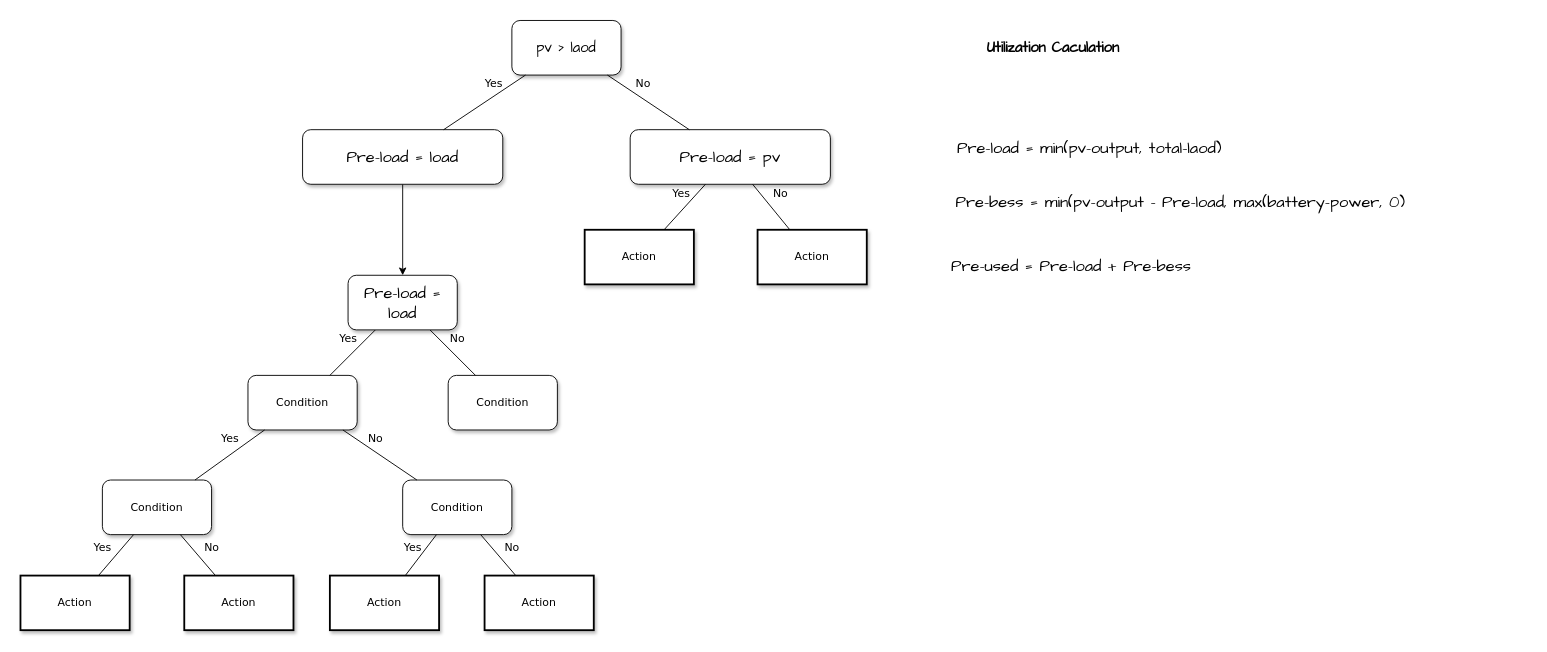
Pengyu-Jin/draw.io-projects-file keeps this draw.io diagram as page "Page-2" (2 of 2) of sac.drawio. Above is the earlier version. Source tidied: cells renumbered, new cells numbered last; positions are measured from the earlier drawing's top-left corner, leaving out a move shared by most shapes. Both pictures are drawn from the tidied source at 91%, with x=0, y=0 at pixel (20, 15).
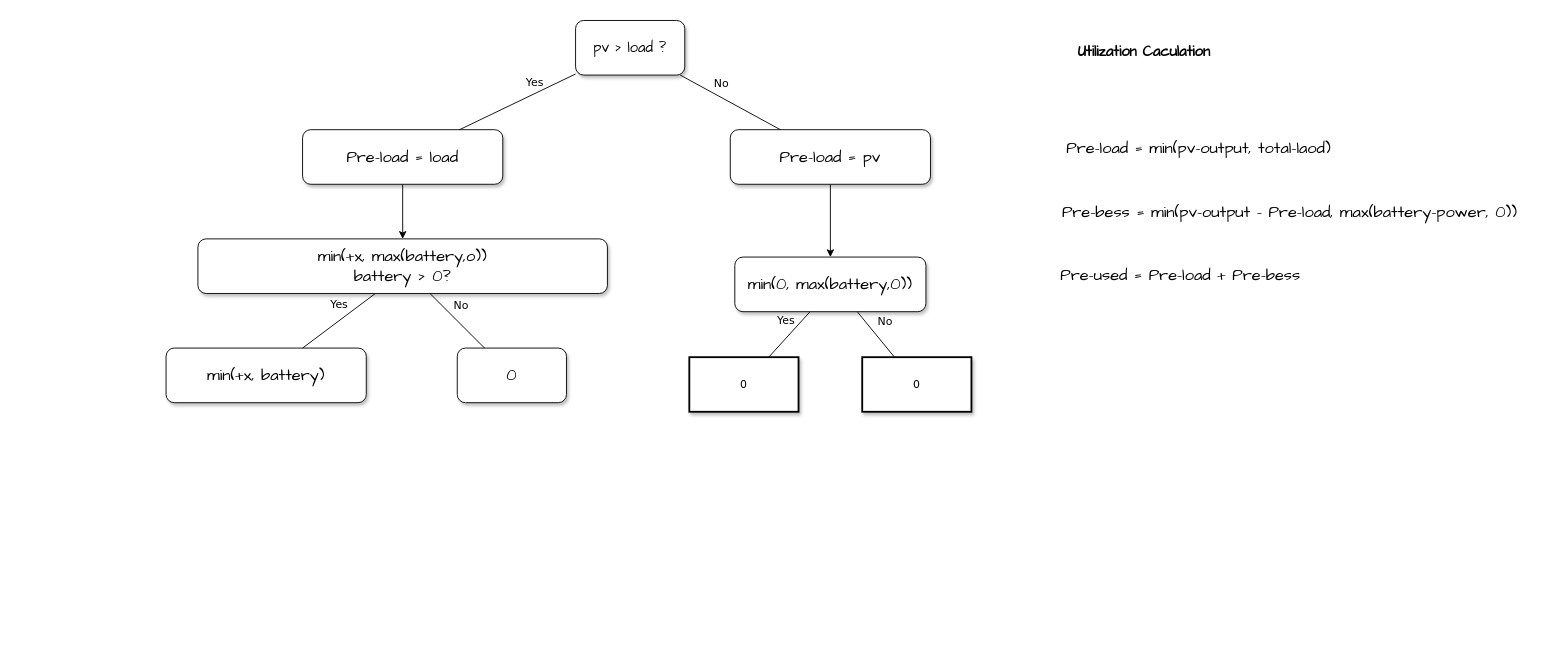
The same diagram, later.

Diff of the diagram source:
```diff
@@
-    <mxCell id="2" value="&lt;span style=&quot;font-family: &amp;quot;Comic Sans MS&amp;quot;;&quot;&gt;&lt;font style=&quot;font-size: 16px;&quot;&gt;pv &amp;gt; laod&lt;/font&gt;&lt;/span&gt;" style="whiteSpace=wrap;html=1;rounded=1;shadow=1;labelBackgroundColor=none;strokeWidth=1;fontFamily=Verdana;fontSize=12;align=center;" parent="1" vertex="1">
-      <mxGeometry x="540" y="5" width="120" height="60" as="geometry" />
+    <mxCell id="2" value="&lt;span style=&quot;font-family: &amp;quot;Comic Sans MS&amp;quot;;&quot;&gt;&lt;font style=&quot;font-size: 16px;&quot;&gt;pv &amp;gt; load ?&lt;/font&gt;&lt;/span&gt;" style="whiteSpace=wrap;html=1;rounded=1;shadow=1;labelBackgroundColor=none;strokeWidth=1;fontFamily=Verdana;fontSize=12;align=center;" parent="1" vertex="1">
+      <mxGeometry x="610" y="5" width="120" height="60" as="geometry" />
     </mxCell>
@@
+    <mxCell id="33" style="edgeStyle=orthogonalEdgeStyle;rounded=0;jettySize=auto;html=1;exitX=0.5;exitY=1;exitDx=0;exitDy=0;entryX=0.5;entryY=0;entryDx=0;entryDy=0;" parent="1" edge="1" source="5" target="34">
+      <mxGeometry relative="1" as="geometry" />
+    </mxCell>
     <mxCell id="5" value="&lt;span style=&quot;font-family: &amp;quot;Comic Sans MS&amp;quot;; font-size: 18px;&quot;&gt;Pre-load = pv&lt;/span&gt;" style="whiteSpace=wrap;html=1;rounded=1;shadow=1;labelBackgroundColor=none;strokeWidth=1;fontFamily=Verdana;fontSize=12;align=center;" parent="1" vertex="1">
-      <mxGeometry x="670" y="125" width="220" height="60" as="geometry" />
+      <mxGeometry x="780" y="125" width="220" height="60" as="geometry" />
     </mxCell>
@@
-    <mxCell id="8" value="&lt;span&gt;Condition&lt;/span&gt;" style="whiteSpace=wrap;html=1;rounded=1;shadow=1;labelBackgroundColor=none;strokeWidth=1;fontFamily=Verdana;fontSize=12;align=center;" parent="1" vertex="1">
-      <mxGeometry x="250" y="395" width="120" height="60" as="geometry" />
+    <mxCell id="8" value="&lt;span style=&quot;font-family: &amp;quot;Comic Sans MS&amp;quot;; font-size: 18px;&quot;&gt;min(+x, battery)&lt;/span&gt;" style="whiteSpace=wrap;html=1;rounded=1;shadow=1;labelBackgroundColor=none;strokeWidth=1;fontFamily=Verdana;fontSize=12;align=center;" parent="1" vertex="1">
+      <mxGeometry x="160" y="365" width="220" height="60" as="geometry" />
     </mxCell>
-    <mxCell id="9" value="&lt;span&gt;Condition&lt;/span&gt;" style="whiteSpace=wrap;html=1;rounded=1;shadow=1;labelBackgroundColor=none;strokeWidth=1;fontFamily=Verdana;fontSize=12;align=center;" parent="1" vertex="1">
-      <mxGeometry x="470" y="395" width="120" height="60" as="geometry" />
+    <mxCell id="9" value="&lt;span style=&quot;font-family: &amp;quot;Comic Sans MS&amp;quot;; font-size: 18px;&quot;&gt;0&lt;/span&gt;" style="whiteSpace=wrap;html=1;rounded=1;shadow=1;labelBackgroundColor=none;strokeWidth=1;fontFamily=Verdana;fontSize=12;align=center;" parent="1" vertex="1">
+      <mxGeometry x="480" y="365" width="120" height="60" as="geometry" />
     </mxCell>
-    <mxCell id="10" value="&lt;span&gt;Action&lt;/span&gt;" style="whiteSpace=wrap;html=1;rounded=0;shadow=1;labelBackgroundColor=none;strokeWidth=2;fontFamily=Verdana;fontSize=12;align=center;" parent="1" vertex="1">
-      <mxGeometry x="620" y="235" width="120" height="60" as="geometry" />
+    <mxCell id="10" value="&lt;span&gt;0&lt;/span&gt;" style="whiteSpace=wrap;html=1;rounded=0;shadow=1;labelBackgroundColor=none;strokeWidth=2;fontFamily=Verdana;fontSize=12;align=center;" parent="1" vertex="1">
+      <mxGeometry x="735" y="375" width="120" height="60" as="geometry" />
     </mxCell>
-    <mxCell id="11" value="&lt;span&gt;Action&lt;/span&gt;" style="whiteSpace=wrap;html=1;rounded=0;shadow=1;labelBackgroundColor=none;strokeWidth=2;fontFamily=Verdana;fontSize=12;align=center;" parent="1" vertex="1">
-      <mxGeometry x="810" y="235" width="120" height="60" as="geometry" />
+    <mxCell id="11" value="&lt;span&gt;0&lt;/span&gt;" style="whiteSpace=wrap;html=1;rounded=0;shadow=1;labelBackgroundColor=none;strokeWidth=2;fontFamily=Verdana;fontSize=12;align=center;" parent="1" vertex="1">
+      <mxGeometry x="925" y="375" width="120" height="60" as="geometry" />
     </mxCell>
-    <mxCell id="12" value="&lt;span&gt;Condition&lt;/span&gt;" style="whiteSpace=wrap;html=1;rounded=1;shadow=1;labelBackgroundColor=none;strokeWidth=1;fontFamily=Verdana;fontSize=12;align=center;" parent="1" vertex="1">
-      <mxGeometry x="90" y="510" width="120" height="60" as="geometry" />
-    </mxCell>
-    <mxCell id="13" value="&lt;span&gt;Condition&lt;/span&gt;" style="whiteSpace=wrap;html=1;rounded=1;shadow=1;labelBackgroundColor=none;strokeWidth=1;fontFamily=Verdana;fontSize=12;align=center;" parent="1" vertex="1">
-      <mxGeometry x="420" y="510" width="120" height="60" as="geometry" />
-    </mxCell>
     <mxCell id="14" value="Yes" style="rounded=0;html=1;labelBackgroundColor=none;startArrow=none;startFill=0;startSize=5;endArrow=none;endFill=0;endSize=5;jettySize=auto;strokeWidth=1;fontFamily=Verdana;fontSize=12;" parent="1" edge="1" target="8">
       <mxGeometry x="-0.2" y="-14" relative="1" as="geometry">
-        <mxPoint x="390" y="345" as="sourcePoint" />
+        <mxPoint x="390" y="305" as="sourcePoint" />
       </mxGeometry>
     </mxCell>
     <mxCell id="15" value="No" style="rounded=0;html=1;labelBackgroundColor=none;startArrow=none;startFill=0;startSize=5;endArrow=none;endFill=0;endSize=5;jettySize=auto;strokeWidth=1;fontFamily=Verdana;fontSize=12;" parent="1" edge="1" target="9">
       <mxGeometry x="-0.2" y="14" relative="1" as="geometry">
-        <mxPoint x="450" y="345" as="sourcePoint" />
+        <mxPoint x="450" y="305" as="sourcePoint" />
       </mxGeometry>
     </mxCell>
-    <mxCell id="16" value="Yes" style="rounded=0;html=1;labelBackgroundColor=none;startArrow=none;startFill=0;startSize=5;endArrow=none;endFill=0;endSize=5;jettySize=auto;strokeWidth=1;fontFamily=Verdana;fontSize=12;" parent="1" edge="1" source="5" target="10">
-      <mxGeometry x="-0.26" y="-13" relative="1" as="geometry" />
+    <mxCell id="16" value="Yes" style="rounded=0;html=1;labelBackgroundColor=none;startArrow=none;startFill=0;startSize=5;endArrow=none;endFill=0;endSize=5;jettySize=auto;strokeWidth=1;fontFamily=Verdana;fontSize=12;" parent="1" edge="1" target="10">
+      <mxGeometry x="-0.26" y="-13" relative="1" as="geometry">
+        <mxPoint x="867.7" y="325" as="sourcePoint" />
+      </mxGeometry>
     </mxCell>
-    <mxCell id="17" value="No" style="rounded=0;html=1;labelBackgroundColor=none;startArrow=none;startFill=0;startSize=5;endArrow=none;endFill=0;endSize=5;jettySize=auto;strokeWidth=1;fontFamily=Verdana;fontSize=12;" parent="1" edge="1" source="5" target="11">
-      <mxGeometry x="-0.13" y="17" relative="1" as="geometry" />
+    <mxCell id="17" value="No" style="rounded=0;html=1;labelBackgroundColor=none;startArrow=none;startFill=0;startSize=5;endArrow=none;endFill=0;endSize=5;jettySize=auto;strokeWidth=1;fontFamily=Verdana;fontSize=12;" parent="1" edge="1" target="11">
+      <mxGeometry x="-0.13" y="17" relative="1" as="geometry">
+        <mxPoint x="919.5" y="325" as="sourcePoint" />
+      </mxGeometry>
     </mxCell>
-    <mxCell id="18" value="Yes" style="rounded=0;html=1;labelBackgroundColor=none;startArrow=none;startFill=0;startSize=5;endArrow=none;endFill=0;endSize=5;jettySize=auto;strokeWidth=1;fontFamily=Verdana;fontSize=12;" parent="1" edge="1" source="8" target="12">
-      <mxGeometry x="-0.22" y="-14" relative="1" as="geometry" />
-    </mxCell>
-    <mxCell id="19" value="No" style="rounded=0;html=1;labelBackgroundColor=none;startArrow=none;startFill=0;startSize=5;endArrow=none;endFill=0;endSize=5;jettySize=auto;strokeWidth=1;fontFamily=Verdana;fontSize=12;" parent="1" edge="1" source="8" target="13">
-      <mxGeometry x="-0.28" y="12" relative="1" as="geometry" />
-    </mxCell>
-    <mxCell id="20" value="Action" style="whiteSpace=wrap;html=1;rounded=0;shadow=1;labelBackgroundColor=none;strokeWidth=2;fontFamily=Verdana;fontSize=12;align=center;" parent="1" vertex="1">
-      <mxGeometry y="615" width="120" height="60" as="geometry" />
-    </mxCell>
-    <mxCell id="21" value="&lt;span&gt;Action&lt;/span&gt;" style="whiteSpace=wrap;html=1;rounded=0;shadow=1;labelBackgroundColor=none;strokeWidth=2;fontFamily=Verdana;fontSize=12;align=center;" parent="1" vertex="1">
-      <mxGeometry x="180" y="615" width="120" height="60" as="geometry" />
-    </mxCell>
-    <mxCell id="22" value="&lt;span&gt;Action&lt;/span&gt;" style="whiteSpace=wrap;html=1;rounded=0;shadow=1;labelBackgroundColor=none;strokeWidth=2;fontFamily=Verdana;fontSize=12;align=center;" parent="1" vertex="1">
-      <mxGeometry x="340" y="615" width="120" height="60" as="geometry" />
-    </mxCell>
-    <mxCell id="23" value="&lt;span&gt;Action&lt;/span&gt;" style="whiteSpace=wrap;html=1;rounded=0;shadow=1;labelBackgroundColor=none;strokeWidth=2;fontFamily=Verdana;fontSize=12;align=center;" parent="1" vertex="1">
-      <mxGeometry x="510" y="615" width="120" height="60" as="geometry" />
-    </mxCell>
-    <mxCell id="24" value="Yes" style="rounded=0;html=1;labelBackgroundColor=none;startArrow=none;startFill=0;startSize=5;endArrow=none;endFill=0;endSize=5;jettySize=auto;strokeWidth=1;fontFamily=Verdana;fontSize=12;" parent="1" edge="1" source="12" target="20">
-      <mxGeometry x="0.14" y="-16" relative="1" as="geometry" />
-    </mxCell>
-    <mxCell id="25" value="No" style="rounded=0;html=1;labelBackgroundColor=none;startArrow=none;startFill=0;startSize=5;endArrow=none;endFill=0;endSize=5;jettySize=auto;strokeWidth=1;fontFamily=Verdana;fontSize=12;" parent="1" edge="1" source="12" target="21">
-      <mxGeometry x="0.14" y="16" relative="1" as="geometry" />
-    </mxCell>
-    <mxCell id="26" value="Yes" style="rounded=0;html=1;labelBackgroundColor=none;startArrow=none;startFill=0;startSize=5;endArrow=none;endFill=0;endSize=5;jettySize=auto;strokeWidth=1;fontFamily=Verdana;fontSize=12;" parent="1" edge="1" source="13" target="22">
-      <mxGeometry y="-12" relative="1" as="geometry" />
-    </mxCell>
-    <mxCell id="27" value="No" style="rounded=0;html=1;labelBackgroundColor=none;startArrow=none;startFill=0;startSize=5;endArrow=none;endFill=0;endSize=5;jettySize=auto;strokeWidth=1;fontFamily=Verdana;fontSize=12;" parent="1" edge="1" source="13" target="23">
-      <mxGeometry x="0.14" y="16" relative="1" as="geometry" />
-    </mxCell>
     <mxCell id="28" value="&lt;font style=&quot;font-size: 16px;&quot; face=&quot;Comic Sans MS&quot;&gt;&lt;b style=&quot;font-style: normal;&quot;&gt;Utilization Caculation&lt;/b&gt;&lt;/font&gt;" style="text;html=1;strokeColor=none;fillColor=none;align=center;verticalAlign=middle;whiteSpace=wrap;rounded=0;fontFamily=Times New Roman;fontStyle=2;fontSize=17;sketch=1;curveFitting=1;jiggle=2;direction=east;rotation=0;" parent="1" vertex="1">
-      <mxGeometry x="1040" width="190" height="70" as="geometry" />
+      <mxGeometry x="1140" y="5" width="190" height="70" as="geometry" />
     </mxCell>
     <mxCell id="29" value="&lt;font style=&quot;font-size: 18px;&quot; face=&quot;Comic Sans MS&quot;&gt;&lt;span style=&quot;font-style: normal;&quot;&gt;Pre-load = min(pv-output, total-laod)&lt;/span&gt;&lt;/font&gt;" style="text;html=1;strokeColor=none;fillColor=none;align=center;verticalAlign=middle;whiteSpace=wrap;rounded=0;fontFamily=Times New Roman;fontStyle=2;fontSize=17;sketch=1;curveFitting=1;jiggle=2;direction=east;rotation=0;" parent="1" vertex="1">
-      <mxGeometry x="960" y="115" width="430" height="60" as="geometry" />
+      <mxGeometry x="1080" y="115" width="430" height="60" as="geometry" />
     </mxCell>
-    <mxCell id="30" value="&lt;font style=&quot;font-size: 18px;&quot; face=&quot;Comic Sans MS&quot;&gt;&lt;span style=&quot;font-style: normal;&quot;&gt;Pre-bess = min(pv-output - Pre-load, max(battery-power, 0)&lt;/span&gt;&lt;/font&gt;" style="text;html=1;strokeColor=none;fillColor=none;align=center;verticalAlign=middle;whiteSpace=wrap;rounded=0;fontFamily=Times New Roman;fontStyle=2;fontSize=17;sketch=1;curveFitting=1;jiggle=2;direction=east;rotation=0;" parent="1" vertex="1">
-      <mxGeometry x="1010" y="175" width="530" height="60" as="geometry" />
+    <mxCell id="30" value="&lt;font style=&quot;font-size: 18px;&quot; face=&quot;Comic Sans MS&quot;&gt;&lt;span style=&quot;font-style: normal;&quot;&gt;Pre-bess = min(pv-output - Pre-load, max(battery-power, 0))&lt;/span&gt;&lt;/font&gt;" style="text;html=1;strokeColor=none;fillColor=none;align=center;verticalAlign=middle;whiteSpace=wrap;rounded=0;fontFamily=Times New Roman;fontStyle=2;fontSize=17;sketch=1;curveFitting=1;jiggle=2;direction=east;rotation=0;" parent="1" vertex="1">
+      <mxGeometry x="1130" y="185" width="530" height="60" as="geometry" />
     </mxCell>
     <mxCell id="31" value="&lt;font style=&quot;font-size: 18px;&quot; face=&quot;Comic Sans MS&quot;&gt;&lt;span style=&quot;font-style: normal;&quot;&gt;Pre-used = Pre-load + Pre-bess&lt;/span&gt;&lt;/font&gt;" style="text;html=1;strokeColor=none;fillColor=none;align=center;verticalAlign=middle;whiteSpace=wrap;rounded=0;fontFamily=Times New Roman;fontStyle=2;fontSize=17;sketch=1;curveFitting=1;jiggle=2;direction=east;rotation=0;" parent="1" vertex="1">
-      <mxGeometry x="940" y="245" width="430" height="60" as="geometry" />
+      <mxGeometry x="1060" y="255" width="430" height="60" as="geometry" />
     </mxCell>
-    <mxCell id="32" value="&lt;span style=&quot;font-family: &amp;quot;Comic Sans MS&amp;quot;; font-size: 18px;&quot;&gt;Pre-load = load&lt;/span&gt;" style="whiteSpace=wrap;html=1;rounded=1;shadow=1;labelBackgroundColor=none;strokeWidth=1;fontFamily=Verdana;fontSize=12;align=center;" parent="1" vertex="1">
-      <mxGeometry x="360" y="285" width="120" height="60" as="geometry" />
+    <mxCell id="32" value="&lt;span style=&quot;font-family: &amp;quot;Comic Sans MS&amp;quot;; font-size: 18px;&quot;&gt;min(+x, max(battery,o))&lt;/span&gt;&lt;div&gt;&lt;span style=&quot;font-family: &amp;quot;Comic Sans MS&amp;quot;; font-size: 18px;&quot;&gt;battery &amp;gt; 0?&lt;/span&gt;&lt;/div&gt;" style="whiteSpace=wrap;html=1;rounded=1;shadow=1;labelBackgroundColor=none;strokeWidth=1;fontFamily=Verdana;fontSize=12;align=center;" parent="1" vertex="1">
+      <mxGeometry x="195" y="245" width="450" height="60" as="geometry" />
     </mxCell>
+    <mxCell id="34" value="&lt;span style=&quot;font-family: &amp;quot;Comic Sans MS&amp;quot;; font-size: 18px;&quot;&gt;min(0, max(battery,0))&lt;/span&gt;" style="whiteSpace=wrap;html=1;rounded=1;shadow=1;labelBackgroundColor=none;strokeWidth=1;fontFamily=Verdana;fontSize=12;align=center;" parent="1" vertex="1">
+      <mxGeometry x="785" y="265" width="210" height="60" as="geometry" />
+    </mxCell>
```
